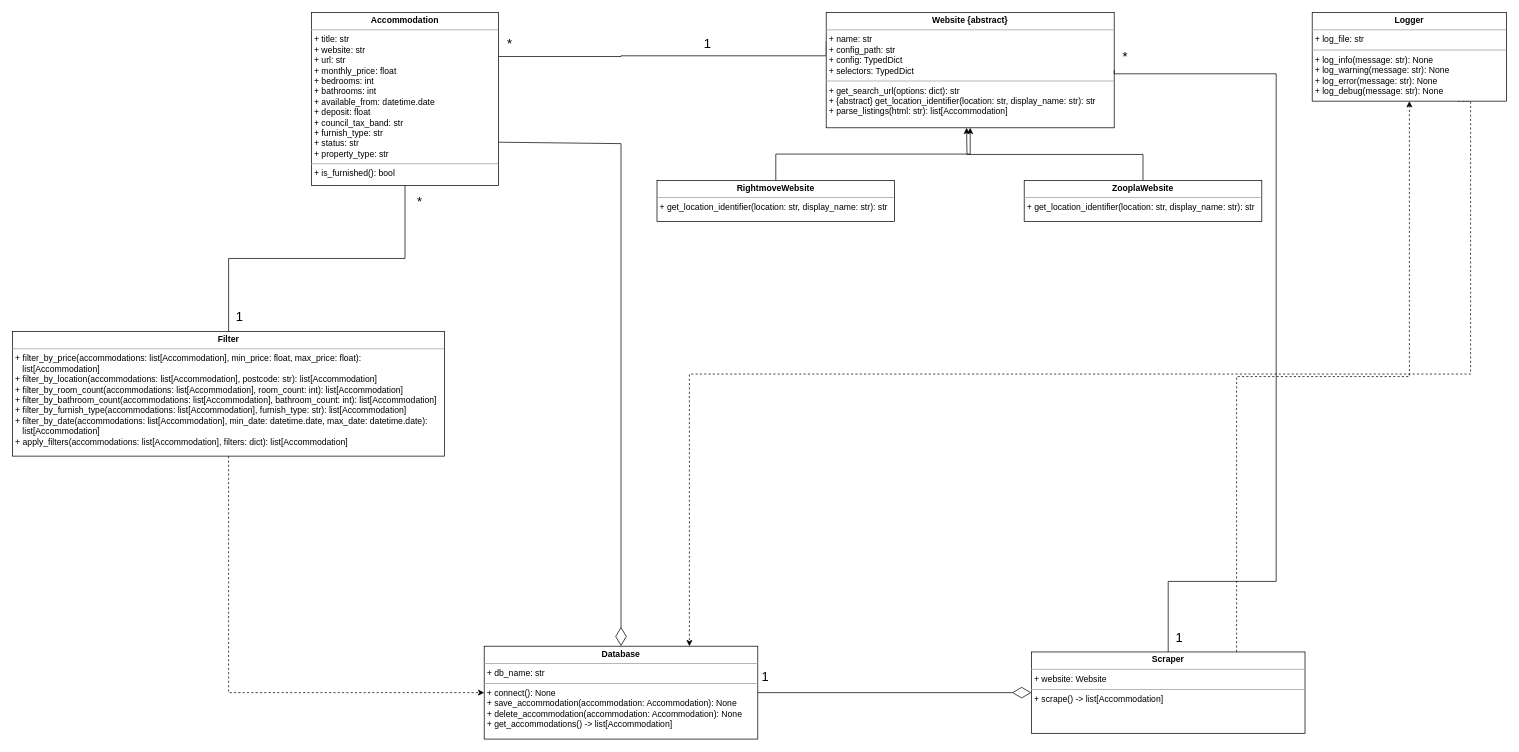
This is UML Diagram.drawio from Adam-Calleja/rightmove_web_scraper, a draw.io file, before an edit. Source tidied: cells renumbered, new cells numbered last; positions are measured from the earlier drawing's top-left corner, leaving out a move shared by most shapes. Both pictures are drawn from the tidied source at 72%, with x=0, y=0 at pixel (12, 12).
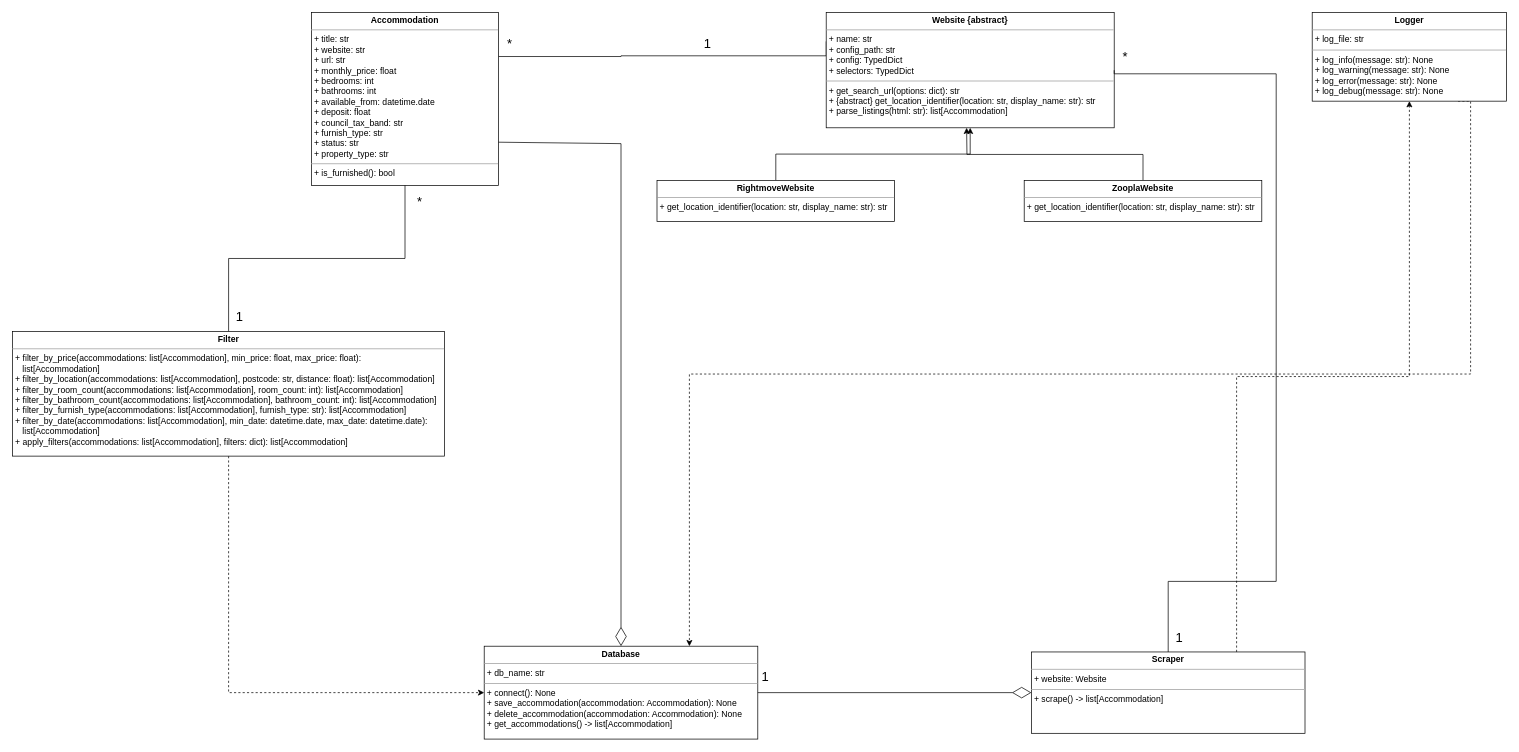
After the change.

Commit message:
Modify design of the Filter class

Modified the expected parameters of the 'filter_by_location' method
of the Filter class. This method now requires a distance (float)
parameter in addition to the other parameters.

What changed in the source:
```diff
@@
-    <mxCell id="9" value="&lt;p style=&quot;margin:0px;margin-top:4px;text-align:center;&quot;&gt;&lt;b&gt;Filter&lt;/b&gt;&lt;/p&gt;&lt;hr size=&quot;1&quot;&gt;&lt;p style=&quot;margin:0px;margin-left:4px;&quot;&gt;+ filter_by_price(accommodations: list[Accommodation], min_price: float, max_price: float):&lt;/p&gt;&lt;p style=&quot;margin:0px;margin-left:4px;&quot;&gt;&amp;nbsp; &amp;nbsp;list[Accommodation]&lt;/p&gt;&lt;p style=&quot;margin:0px;margin-left:4px;&quot;&gt;+ filter_by_location(accommodations: list[Accommodation], postcode: str): list[Accommodation]&lt;/p&gt;&lt;p style=&quot;margin:0px;margin-left:4px;&quot;&gt;+ filter_by_room_count(accommodations: list[Accommodation], room_count: int): list[Accommodation]&lt;/p&gt;&lt;p style=&quot;margin:0px;margin-left:4px;&quot;&gt;+ filter_by_bathroom_count(accommodations: list[Accommodation], bathroom_count: int): list[Accommodation]&lt;/p&gt;&lt;p style=&quot;margin:0px;margin-left:4px;&quot;&gt;+&amp;nbsp;&lt;span style=&quot;background-color: transparent; color: light-dark(rgb(0, 0, 0), rgb(255, 255, 255));&quot;&gt;filter_by_furnish_type(accommodations: list[Accommodation], furnish_type: str): list[Accommodation]&lt;/span&gt;&lt;/p&gt;&lt;p style=&quot;margin:0px;margin-left:4px;&quot;&gt;&lt;span style=&quot;background-color: transparent; color: light-dark(rgb(0, 0, 0), rgb(255, 255, 255));&quot;&gt;+ filter_by_date&lt;/span&gt;&lt;span style=&quot;background-color: transparent; color: light-dark(rgb(0, 0, 0), rgb(255, 255, 255));&quot;&gt;(accommodations: list[Accommodation], min_date: datetime.date, max_date: datetime.date):&lt;/span&gt;&lt;/p&gt;&lt;p style=&quot;margin: 0px 0px 0px 4px;&quot;&gt;&amp;nbsp; &amp;nbsp;list[Accommodation]&lt;/p&gt;&lt;p style=&quot;margin: 0px 0px 0px 4px;&quot;&gt;+&amp;nbsp;&lt;span style=&quot;background-color: transparent; color: light-dark(rgb(0, 0, 0), rgb(255, 255, 255));&quot;&gt;apply_filters(accommodations: list[Accommodation], filters: dict): list[Accommodation]&lt;/span&gt;&lt;/p&gt;" style="verticalAlign=top;align=left;overflow=fill;fontSize=12;fontFamily=Helvetica;html=1;rounded=0;shadow=0;comic=0;labelBackgroundColor=none;strokeWidth=1;" parent="1" vertex="1">
+    <mxCell id="9" value="&lt;p style=&quot;margin:0px;margin-top:4px;text-align:center;&quot;&gt;&lt;b&gt;Filter&lt;/b&gt;&lt;/p&gt;&lt;hr size=&quot;1&quot;&gt;&lt;p style=&quot;margin:0px;margin-left:4px;&quot;&gt;+ filter_by_price(accommodations: list[Accommodation], min_price: float, max_price: float):&lt;/p&gt;&lt;p style=&quot;margin:0px;margin-left:4px;&quot;&gt;&amp;nbsp; &amp;nbsp;list[Accommodation]&lt;/p&gt;&lt;p style=&quot;margin:0px;margin-left:4px;&quot;&gt;+ filter_by_location(accommodations: list[Accommodation], postcode: str, distance: float): list[Accommodation]&lt;/p&gt;&lt;p style=&quot;margin:0px;margin-left:4px;&quot;&gt;+ filter_by_room_count(accommodations: list[Accommodation], room_count: int): list[Accommodation]&lt;/p&gt;&lt;p style=&quot;margin:0px;margin-left:4px;&quot;&gt;+ filter_by_bathroom_count(accommodations: list[Accommodation], bathroom_count: int): list[Accommodation]&lt;/p&gt;&lt;p style=&quot;margin:0px;margin-left:4px;&quot;&gt;+&amp;nbsp;&lt;span style=&quot;background-color: transparent; color: light-dark(rgb(0, 0, 0), rgb(255, 255, 255));&quot;&gt;filter_by_furnish_type(accommodations: list[Accommodation], furnish_type: str): list[Accommodation]&lt;/span&gt;&lt;/p&gt;&lt;p style=&quot;margin:0px;margin-left:4px;&quot;&gt;&lt;span style=&quot;background-color: transparent; color: light-dark(rgb(0, 0, 0), rgb(255, 255, 255));&quot;&gt;+ filter_by_date&lt;/span&gt;&lt;span style=&quot;background-color: transparent; color: light-dark(rgb(0, 0, 0), rgb(255, 255, 255));&quot;&gt;(accommodations: list[Accommodation], min_date: datetime.date, max_date: datetime.date):&lt;/span&gt;&lt;/p&gt;&lt;p style=&quot;margin: 0px 0px 0px 4px;&quot;&gt;&amp;nbsp; &amp;nbsp;list[Accommodation]&lt;/p&gt;&lt;p style=&quot;margin: 0px 0px 0px 4px;&quot;&gt;+&amp;nbsp;&lt;span style=&quot;background-color: transparent; color: light-dark(rgb(0, 0, 0), rgb(255, 255, 255));&quot;&gt;apply_filters(accommodations: list[Accommodation], filters: dict): list[Accommodation]&lt;/span&gt;&lt;/p&gt;" style="verticalAlign=top;align=left;overflow=fill;fontSize=12;fontFamily=Helvetica;html=1;rounded=0;shadow=0;comic=0;labelBackgroundColor=none;strokeWidth=1;" parent="1" vertex="1">
       <mxGeometry y="443" width="600" height="173" as="geometry" />
     </mxCell>
```
